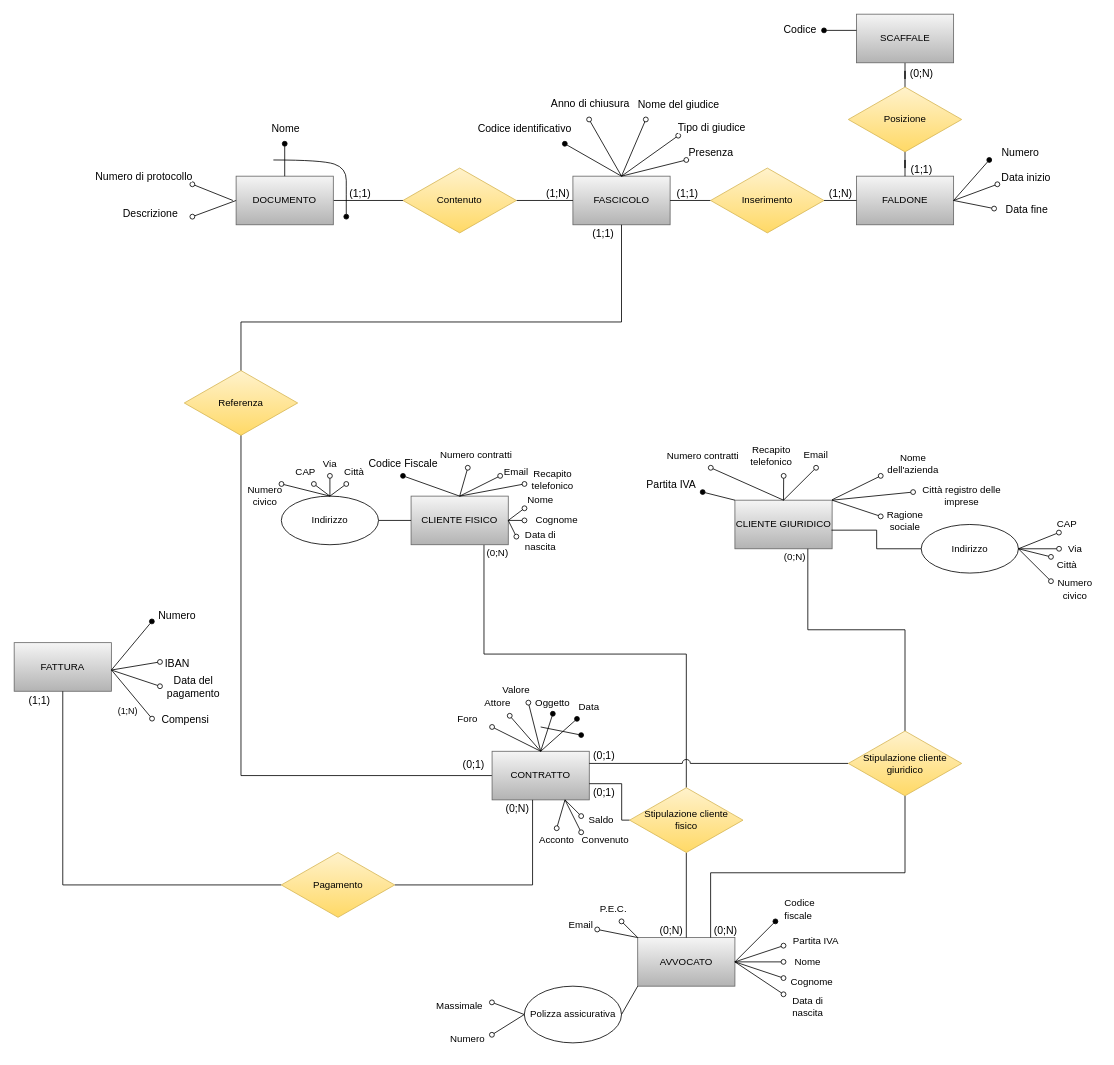
Above: DiagrammaER_Completo_DiMezzo.drawio in AndreaCiv/BasiDiDati (draw.io), before the change. Source tidied: cells renumbered, new cells numbered last; positions are measured from the earlier drawing's top-left corner, leaving out a move shared by most shapes. Both pictures are drawn from the tidied source at 81%, with x=0, y=0 at pixel (14, 14).
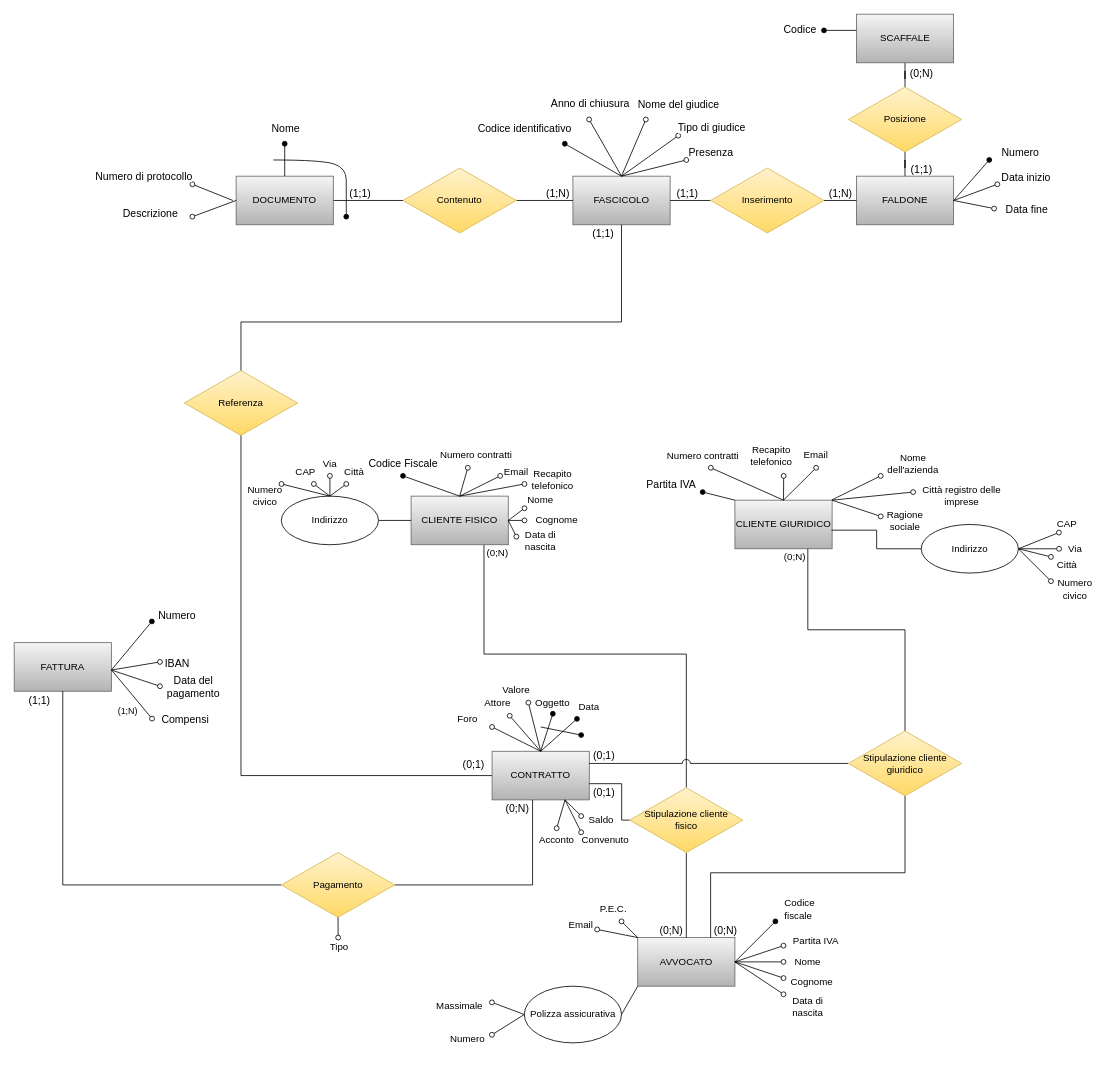
The same diagram, later.

The change refers to these unchanged cells:
```xml
<mxCell id="59" value="Pagamento" style="rhombus;whiteSpace=wrap;html=1;fillColor=#fff2cc;gradientColor=#ffd966;strokeColor=#d6b656;" parent="1" vertex="1">
  <mxGeometry x="329.8" y="1035" width="140" height="80" as="geometry" />
</mxCell>
```

Change to the diagram source:
```diff
@@
+    <mxCell id="169" style="endArrow=oval;html=1;rounded=0;exitX=0.5;exitY=1;exitDx=0;exitDy=0;endFill=0;" parent="1" edge="1" source="59">
+      <mxGeometry relative="1" as="geometry">
+        <mxPoint x="400" y="1140" as="targetPoint" />
+      </mxGeometry>
+    </mxCell>
+    <mxCell id="170" value="Tipo" style="edgeLabel;html=1;align=center;verticalAlign=middle;fontSize=12;" parent="169" vertex="1">
+      <mxGeometry x="0.2" y="1" relative="1" as="geometry">
+        <mxPoint y="22" as="offset" />
+      </mxGeometry>
+    </mxCell>
```
